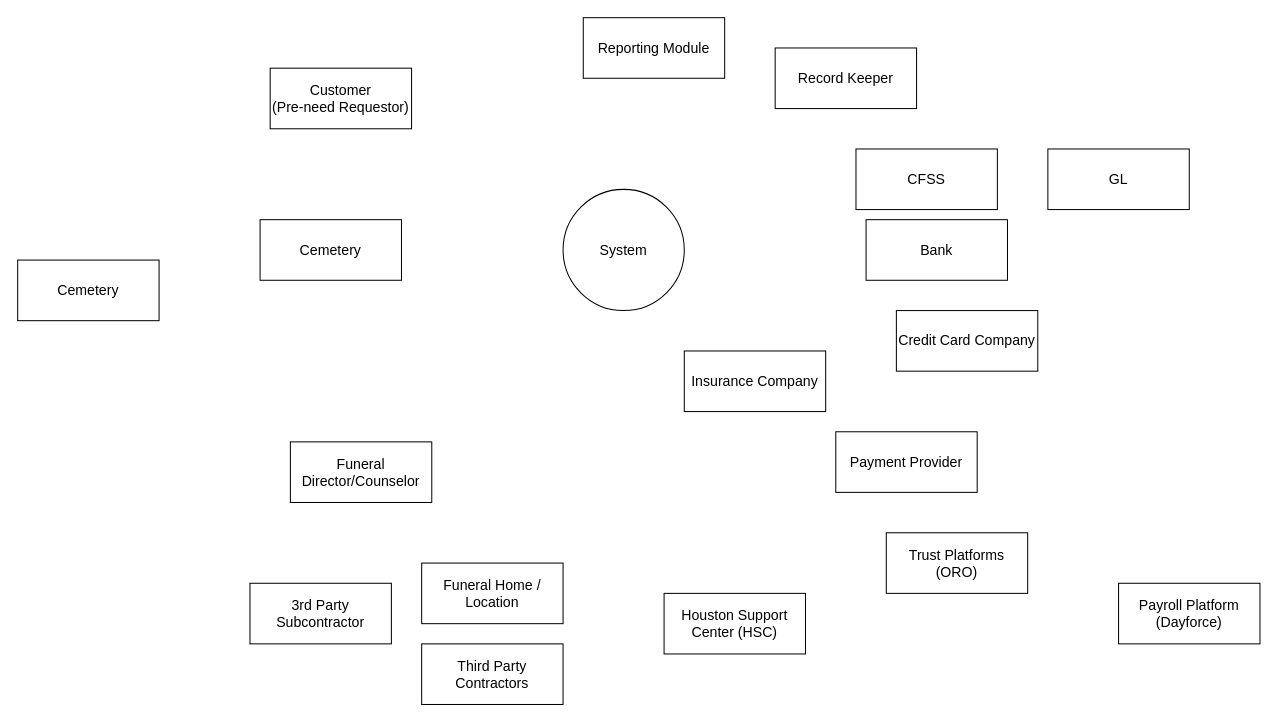
Before: page "DFD - 0" (5 of 9) of Untitled Diagram.drawio in Buddhika-Pathirathna/DiagramsRepo, a draw.io diagram. Source tidied: cells renumbered, new cells numbered last; positions are measured from the earlier drawing's top-left corner, leaving out a move shared by most shapes. Both pictures are drawn from the tidied source at 101%, with x=0, y=0 at pixel (17, 17).
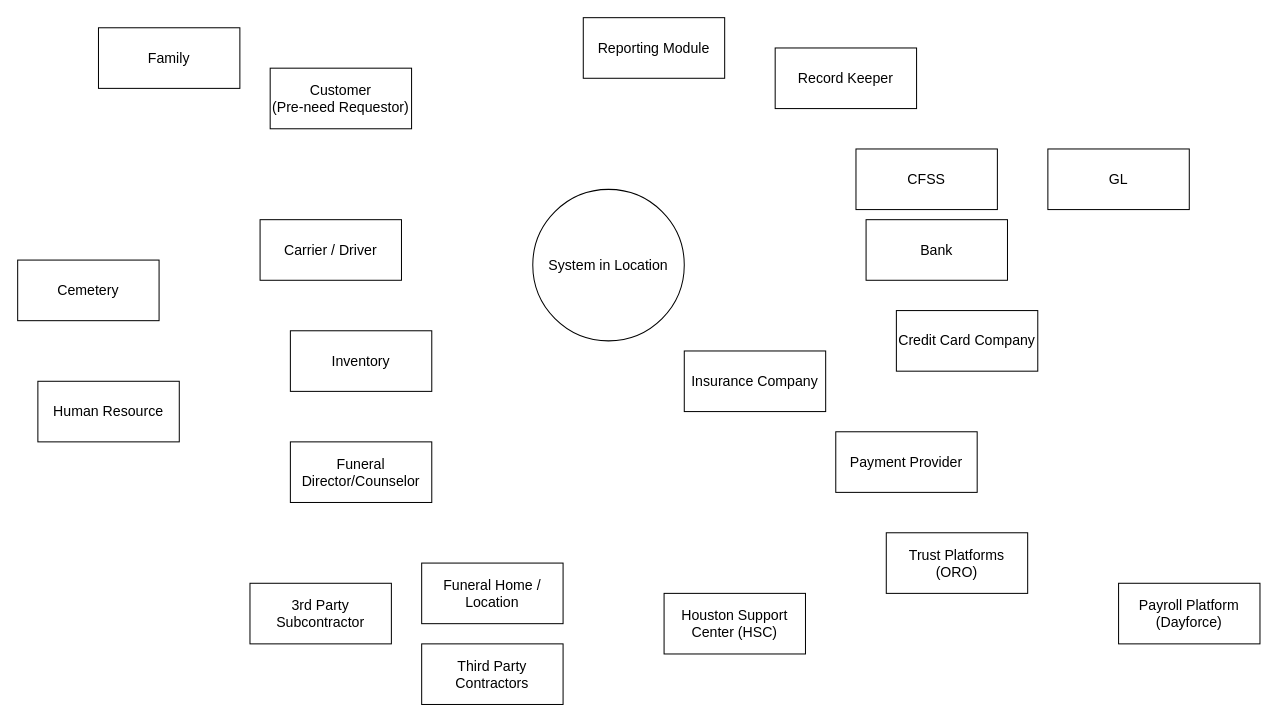
The same page after the edit.

Diff of the diagram source:
```diff
@@
-    <mxCell id="2" value="&lt;font style=&quot;font-size: 14px;&quot;&gt;System&lt;/font&gt;" style="ellipse;whiteSpace=wrap;html=1;" parent="1" vertex="1">
-      <mxGeometry x="540" y="170" width="120" height="120" as="geometry" />
+    <mxCell id="2" value="&lt;font style=&quot;font-size: 14px;&quot;&gt;System in Location&lt;/font&gt;" style="ellipse;whiteSpace=wrap;html=1;" parent="1" vertex="1">
+      <mxGeometry x="510" y="170" width="150" height="150" as="geometry" />
     </mxCell>
@@
-    <mxCell id="20" value="&lt;font style=&quot;font-size: 14px;&quot;&gt;Cemetery&lt;/font&gt;" style="rounded=0;whiteSpace=wrap;html=1;" parent="1" vertex="1">
+    <mxCell id="20" value="&lt;font style=&quot;font-size: 14px;&quot;&gt;Carrier / Driver&lt;/font&gt;" style="rounded=0;whiteSpace=wrap;html=1;" parent="1" vertex="1">
       <mxGeometry x="240" y="200" width="140" height="60" as="geometry" />
     </mxCell>
+    <mxCell id="21" value="&lt;font style=&quot;font-size: 14px;&quot;&gt;Family&lt;br&gt;&lt;/font&gt;" style="rounded=0;whiteSpace=wrap;html=1;" parent="1" vertex="1">
+      <mxGeometry x="80" y="10" width="140" height="60" as="geometry" />
+    </mxCell>
+    <mxCell id="22" value="&lt;font style=&quot;font-size: 14px;&quot;&gt;Inventory&lt;/font&gt;" style="rounded=0;whiteSpace=wrap;html=1;" parent="1" vertex="1">
+      <mxGeometry x="270" y="310" width="140" height="60" as="geometry" />
+    </mxCell>
+    <mxCell id="23" value="&lt;font style=&quot;font-size: 14px;&quot;&gt;Human Resource&lt;/font&gt;" style="rounded=0;whiteSpace=wrap;html=1;" parent="1" vertex="1">
+      <mxGeometry x="20" y="360" width="140" height="60" as="geometry" />
+    </mxCell>
```
